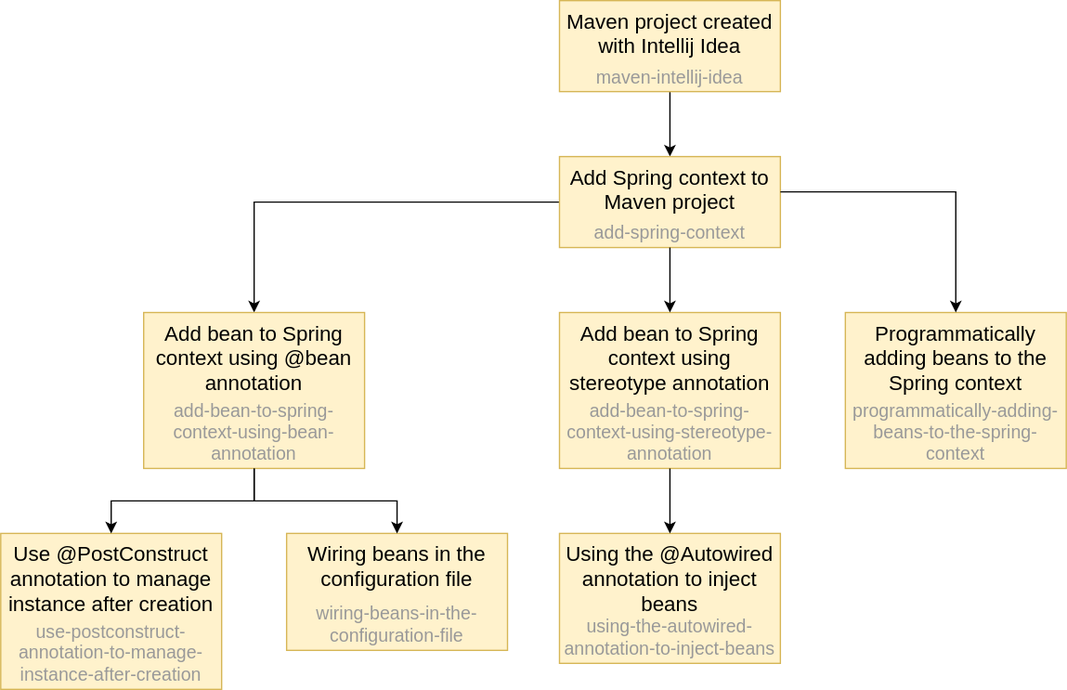
Earlier version of the draw.io export profile/repositories-graph.svg (Romach-Education/.github). Source tidied: cells renumbered, new cells last; positions are measured from the earlier drawing's top-left corner, leaving out a move shared by most shapes.
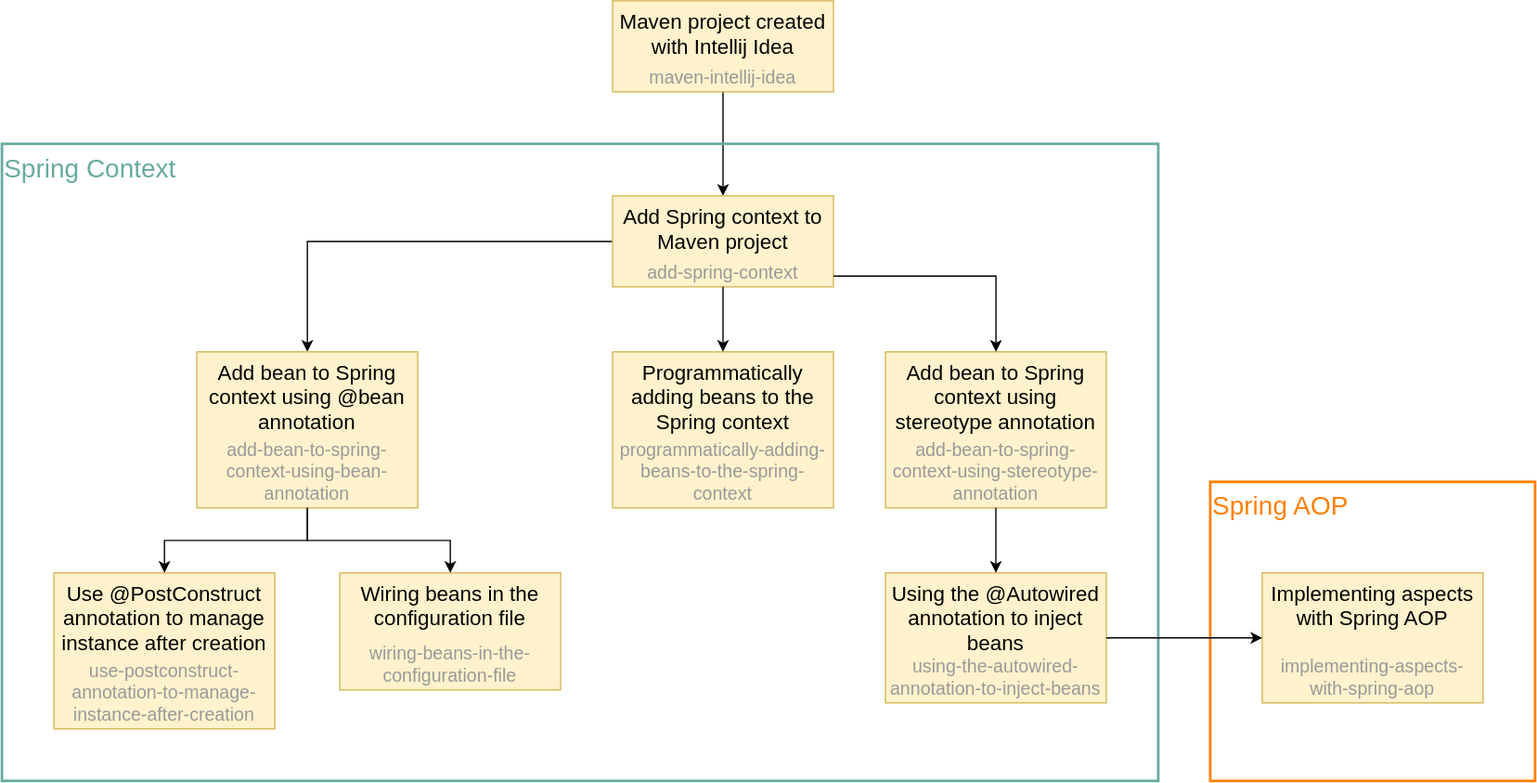
After the commit.

Commit message:
Update repositories graph

Diff of the diagram source:
```diff
@@ -6,7 +6,7 @@
       <mxGeometry relative="1" as="geometry" />
     </mxCell>
     <mxCell id="3" style="rounded=0;whiteSpace=wrap;html=1;fillColor=#fff2cc;strokeColor=#d6b656;" parent="1" vertex="1">
-      <mxGeometry x="430" width="170" height="70" as="geometry" />
+      <mxGeometry x="430" y="-30" width="170" height="70" as="geometry" />
     </mxCell>
     <mxCell id="4" value="&lt;font color=&quot;#999999&quot; style=&quot;font-size: 14px;&quot;&gt;maven-intellij-idea&lt;/font&gt;" style="rounded=0;whiteSpace=wrap;html=1;strokeColor=none;fillColor=none;verticalAlign=bottom;" parent="3" vertex="1">
       <mxGeometry y="53.5" width="170" height="16.5" as="geometry" />
@@ -36,7 +36,7 @@
       <mxGeometry width="170" height="71.1" as="geometry" />
     </mxCell>
     <mxCell id="13" style="rounded=0;whiteSpace=wrap;html=1;fillColor=#fff2cc;strokeColor=#d6b656;" parent="1" vertex="1">
-      <mxGeometry x="430" y="240" width="170" height="120" as="geometry" />
+      <mxGeometry x="640" y="240" width="170" height="120" as="geometry" />
     </mxCell>
     <mxCell id="14" value="&lt;font color=&quot;#999999&quot; style=&quot;font-size: 14px;&quot;&gt;add-bean-to-spring-context-using-stereotype-annotation&lt;/font&gt;" style="rounded=0;whiteSpace=wrap;html=1;strokeColor=none;fillColor=none;verticalAlign=bottom;" parent="13" vertex="1">
       <mxGeometry y="71.1" width="170" height="48.9" as="geometry" />
@@ -60,7 +60,7 @@
       <mxGeometry relative="1" as="geometry" />
     </mxCell>
     <mxCell id="21" style="rounded=0;whiteSpace=wrap;html=1;fillColor=#fff2cc;strokeColor=#d6b656;" parent="1" vertex="1">
-      <mxGeometry x="650" y="240" width="170" height="120" as="geometry" />
+      <mxGeometry x="430" y="240" width="170" height="120" as="geometry" />
     </mxCell>
     <mxCell id="22" value="&lt;font style=&quot;font-size: 14px;&quot; color=&quot;#999999&quot;&gt;programmatically-adding-beans-to-the-spring-context&lt;/font&gt;" style="rounded=0;whiteSpace=wrap;html=1;strokeColor=none;fillColor=none;verticalAlign=bottom;" parent="21" vertex="1">
       <mxGeometry y="71.1" width="170" height="48.9" as="geometry" />
@@ -68,7 +68,7 @@
     <mxCell id="23" value="&lt;font style=&quot;font-size: 16px;&quot;&gt;Programmatically adding beans to the Spring context&lt;/font&gt;" style="rounded=0;whiteSpace=wrap;html=1;strokeColor=none;fillColor=none;verticalAlign=top;" parent="21" vertex="1">
       <mxGeometry width="170" height="71.1" as="geometry" />
     </mxCell>
-    <mxCell id="24" style="edgeStyle=orthogonalEdgeStyle;rounded=0;jettySize=auto;html=1;" parent="1" edge="1" source="9" target="23">
+    <mxCell id="24" style="edgeStyle=orthogonalEdgeStyle;rounded=0;jettySize=auto;html=1;exitX=0.5;exitY=1;exitDx=0;exitDy=0;" parent="1" edge="1" source="8" target="23">
       <mxGeometry relative="1" as="geometry" />
     </mxCell>
     <mxCell id="25" style="rounded=0;whiteSpace=wrap;html=1;fillColor=#fff2cc;strokeColor=#d6b656;" parent="1" vertex="1">
@@ -83,17 +83,38 @@
     <mxCell id="28" style="edgeStyle=orthogonalEdgeStyle;rounded=0;jettySize=auto;html=1;" parent="1" edge="1" source="11" target="27">
       <mxGeometry relative="1" as="geometry" />
     </mxCell>
+    <mxCell id="33" value="Spring Context" style="rounded=0;whiteSpace=wrap;html=1;fillColor=none;align=left;verticalAlign=top;fontColor=#67AB9F;strokeColor=#67AB9F;fontSize=20;strokeWidth=2;" parent="1" vertex="1">
+      <mxGeometry x="-40" y="80" width="890" height="490" as="geometry" />
+    </mxCell>
-    <mxCell id="29" style="rounded=0;whiteSpace=wrap;html=1;fillColor=#fff2cc;strokeColor=#d6b656;" parent="1" vertex="1">
-      <mxGeometry x="430" y="410" width="170" height="100" as="geometry" />
+    <mxCell id="29" style="rounded=0;whiteSpace=wrap;html=1;fillColor=#fff2cc;strokeColor=#d6b656;" parent="33" vertex="1">
+      <mxGeometry x="680" y="330" width="170" height="100" as="geometry" />
     </mxCell>
+    <mxCell id="31" value="&lt;font style=&quot;font-size: 16px;&quot;&gt;Using the @Autowired annotation to inject beans&lt;/font&gt;" style="rounded=0;whiteSpace=wrap;html=1;strokeColor=none;fillColor=none;verticalAlign=top;" parent="29" vertex="1">
+      <mxGeometry width="170" height="59.3" as="geometry" />
+    </mxCell>
     <mxCell id="30" value="&lt;font color=&quot;#999999&quot; style=&quot;font-size: 14px;&quot;&gt;using-the-autowired-annotation-to-inject-beans&lt;/font&gt;" style="rounded=0;whiteSpace=wrap;html=1;strokeColor=none;fillColor=none;verticalAlign=bottom;" parent="29" vertex="1">
       <mxGeometry y="59.3" width="170" height="40.7" as="geometry" />
     </mxCell>
-    <mxCell id="31" value="&lt;font style=&quot;font-size: 16px;&quot;&gt;Using the @Autowired annotation to inject beans&lt;/font&gt;" style="rounded=0;whiteSpace=wrap;html=1;strokeColor=none;fillColor=none;verticalAlign=top;" parent="29" vertex="1">
-      <mxGeometry width="170" height="59.3" as="geometry" />
-    </mxCell>
     <mxCell id="32" style="edgeStyle=orthogonalEdgeStyle;rounded=0;jettySize=auto;html=1;exitX=0.5;exitY=1;exitDx=0;exitDy=0;entryX=0.5;entryY=0;entryDx=0;entryDy=0;" parent="1" edge="1" source="14" target="29">
       <mxGeometry relative="1" as="geometry" />
     </mxCell>
+    <mxCell id="34" value="Spring AOP" style="rounded=0;whiteSpace=wrap;html=1;fillColor=none;align=left;verticalAlign=top;fontColor=#FF8000;strokeColor=#FF8000;fontSize=20;strokeWidth=2;" parent="1" vertex="1">
+      <mxGeometry x="890" y="340" width="250" height="230" as="geometry" />
+    </mxCell>
+    <mxCell id="35" style="group;" parent="1" vertex="1">
+      <mxGeometry x="930" y="410" width="170" height="100" as="geometry" />
+    </mxCell>
+    <mxCell id="36" style="rounded=0;whiteSpace=wrap;html=1;fillColor=#fff2cc;strokeColor=#d6b656;" parent="35" vertex="1">
+      <mxGeometry width="170" height="100" as="geometry" />
+    </mxCell>
+    <mxCell id="37" value="&lt;font color=&quot;#999999&quot; style=&quot;font-size: 14px;&quot;&gt;implementing-aspects-with-spring-aop&lt;/font&gt;" style="rounded=0;whiteSpace=wrap;html=1;strokeColor=none;fillColor=none;verticalAlign=bottom;" parent="35" vertex="1">
+      <mxGeometry y="59.3" width="170" height="40.7" as="geometry" />
+    </mxCell>
+    <mxCell id="38" value="&lt;font style=&quot;font-size: 16px;&quot;&gt;Implementing aspects with Spring AOP&lt;/font&gt;" style="rounded=0;whiteSpace=wrap;html=1;strokeColor=none;fillColor=none;verticalAlign=top;" parent="35" vertex="1">
+      <mxGeometry width="170" height="59.3" as="geometry" />
+    </mxCell>
+    <mxCell id="39" style="edgeStyle=orthogonalEdgeStyle;rounded=0;jettySize=auto;html=1;" parent="1" edge="1" source="29" target="36">
+      <mxGeometry relative="1" as="geometry" />
+    </mxCell>
   </root>
 </mxGraphModel>
```
